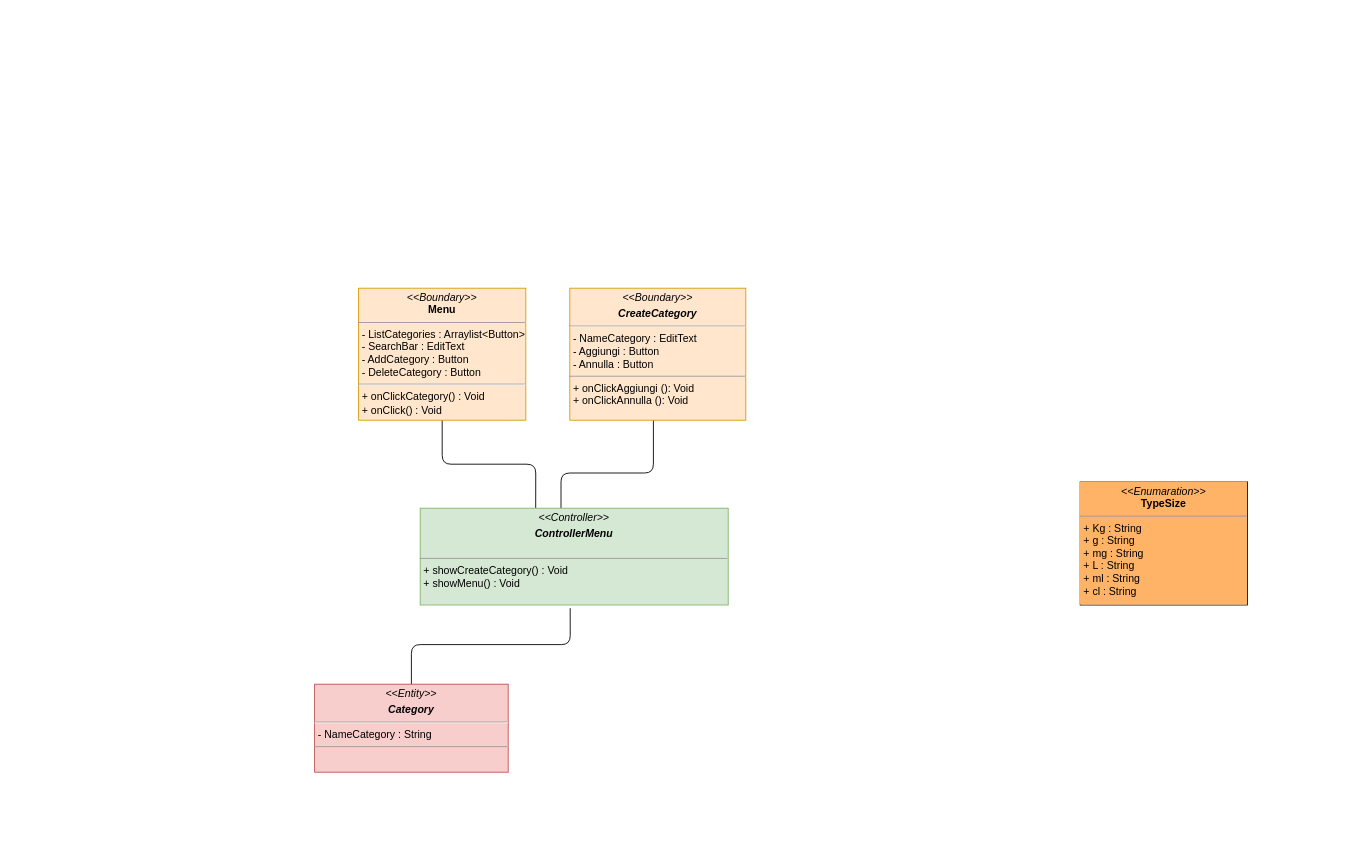
Before: page "GestisciMenu" (6 of 6) of Documentazione/Class Diagram/Class Diagram.drawio in Chriss1618/ProgettoINGSW, a draw.io diagram. Source tidied: cells renumbered, new cells numbered last; positions are measured from the earlier drawing's top-left corner, leaving out a move shared by most shapes. Both pictures are drawn from the tidied source at 88%, with x=0, y=0 at pixel (314, 288).
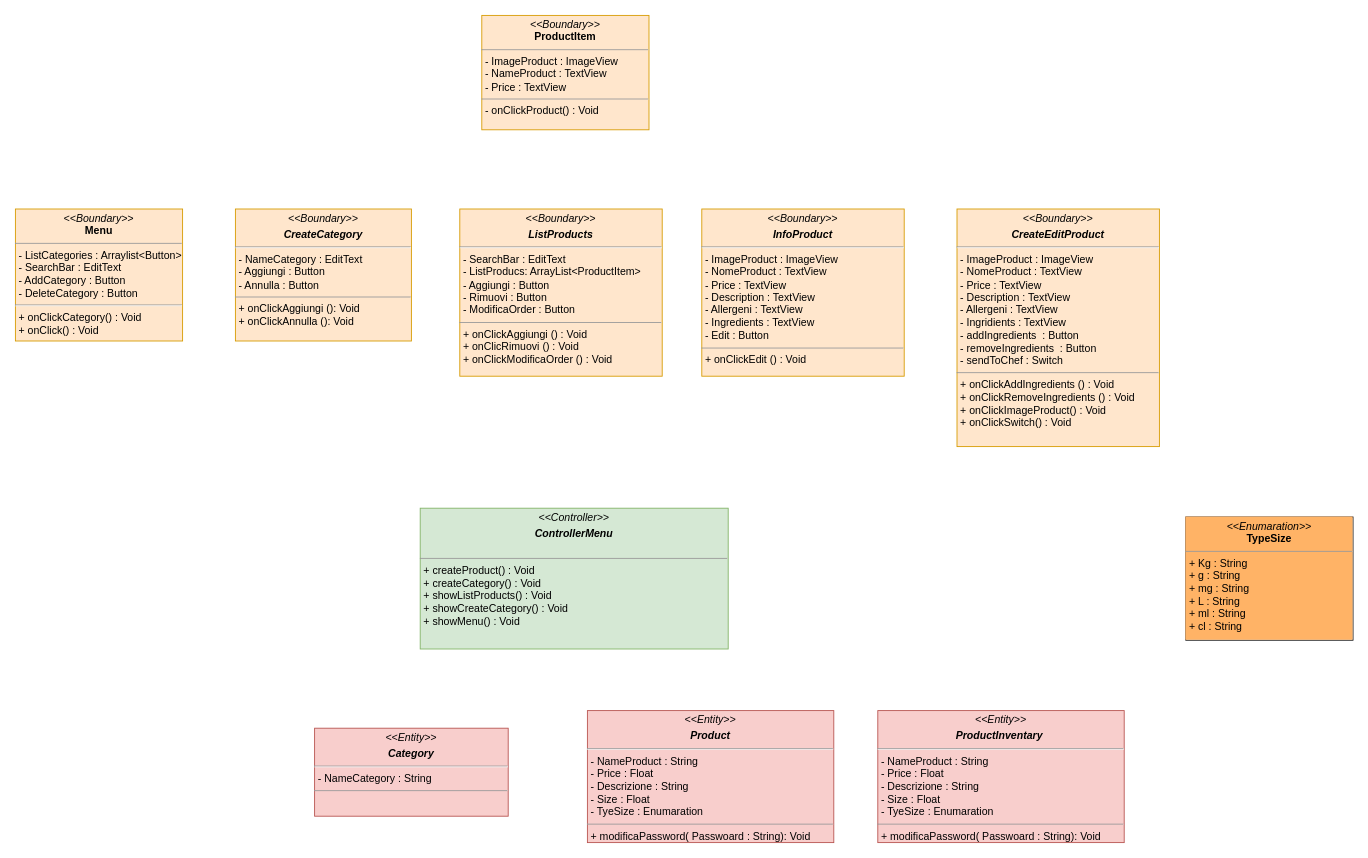
The same diagram, later.

What changed in the source:
```diff
@@
 <mxGraphModel>
   <root>
     <mxCell id="0" />
     <mxCell id="1" parent="0" />
-    <mxCell id="2" style="edgeStyle=orthogonalEdgeStyle;jettySize=auto;html=1;exitX=0.5;exitY=1;exitDx=0;exitDy=0;entryX=0.375;entryY=0;entryDx=0;entryDy=0;entryPerimeter=0;endArrow=none;endFill=0;rounded=1;" parent="1" edge="1" source="3" target="6">
-      <mxGeometry relative="1" as="geometry" />
-    </mxCell>
     <mxCell id="3" value="&lt;p style=&quot;margin:0px;margin-top:4px;text-align:center;&quot;&gt;&lt;i&gt;&amp;lt;&amp;lt;Boundary&amp;gt;&amp;gt;&lt;/i&gt;&lt;br&gt;&lt;b&gt;Menu&lt;/b&gt;&lt;/p&gt;&lt;hr size=&quot;1&quot;&gt;&lt;p style=&quot;margin:0px;margin-left:4px;&quot;&gt;- ListCategories : Arraylist&amp;lt;Button&amp;gt;&lt;br&gt;- SearchBar : EditText&lt;/p&gt;&lt;p style=&quot;margin:0px;margin-left:4px;&quot;&gt;- AddCategory : Button&lt;/p&gt;&lt;p style=&quot;margin:0px;margin-left:4px;&quot;&gt;- DeleteCategory : Button&lt;/p&gt;&lt;hr&gt;&lt;p style=&quot;margin:0px;margin-left:4px;&quot;&gt;&lt;/p&gt;&lt;p style=&quot;margin:0px;margin-left:4px;&quot;&gt;+ onClickCategory() : Void&lt;br&gt;&lt;/p&gt;&lt;p style=&quot;margin:0px;margin-left:4px;&quot;&gt;+ onClick() : Void&lt;/p&gt;" style="verticalAlign=top;align=left;overflow=fill;fontSize=12;fontFamily=Helvetica;html=1;fillColor=#ffe6cc;strokeColor=#d79b00;" parent="1" vertex="1">
-      <mxGeometry x="50" width="190" height="150" as="geometry" />
+      <mxGeometry x="-340" y="-90" width="190" height="150" as="geometry" />
     </mxCell>
-    <mxCell id="4" style="edgeStyle=orthogonalEdgeStyle;jettySize=auto;html=1;strokeColor=default;rounded=1;endArrow=none;endFill=0;" parent="1" edge="1" source="5" target="6">
-      <mxGeometry relative="1" as="geometry">
-        <Array as="points">
-          <mxPoint x="385" y="210" />
-          <mxPoint x="280" y="210" />
-        </Array>
-      </mxGeometry>
-    </mxCell>
     <mxCell id="5" value="&lt;p style=&quot;margin:0px;margin-top:4px;text-align:center;&quot;&gt;&lt;i&gt;&amp;lt;&amp;lt;Boundary&amp;gt;&amp;gt;&lt;/i&gt;&lt;br&gt;&lt;/p&gt;&lt;p style=&quot;margin:0px;margin-top:4px;text-align:center;&quot;&gt;&lt;i&gt;&lt;b&gt;CreateCategory&lt;/b&gt;&lt;/i&gt;&lt;/p&gt;&lt;hr&gt;&lt;p style=&quot;margin:0px;margin-left:4px;&quot;&gt;- NameCategory : EditText&lt;/p&gt;&lt;p style=&quot;margin:0px;margin-left:4px;&quot;&gt;- Aggiungi : Button&lt;/p&gt;&lt;p style=&quot;margin:0px;margin-left:4px;&quot;&gt;- Annulla : Button&lt;br&gt;&lt;/p&gt;&lt;hr size=&quot;1&quot;&gt;&lt;p style=&quot;margin:0px;margin-left:4px;&quot;&gt;+ onClickAggiungi&amp;nbsp;(): Void&lt;br&gt;&lt;/p&gt;&lt;p style=&quot;margin:0px;margin-left:4px;&quot;&gt;+ onClickAnnulla&amp;nbsp;(): Void&lt;/p&gt;" style="verticalAlign=top;align=left;overflow=fill;fontSize=12;fontFamily=Helvetica;html=1;fillColor=#ffe6cc;strokeColor=#d79b00;" parent="1" vertex="1">
-      <mxGeometry x="290" width="200" height="150" as="geometry" />
+      <mxGeometry x="-90" y="-90" width="200" height="150" as="geometry" />
     </mxCell>
-    <mxCell id="6" value="&lt;p style=&quot;margin:0px;margin-top:4px;text-align:center;&quot;&gt;&lt;i&gt;&amp;lt;&amp;lt;Controller&amp;gt;&amp;gt;&lt;/i&gt;&lt;br&gt;&lt;/p&gt;&lt;p style=&quot;margin:0px;margin-top:4px;text-align:center;&quot;&gt;&lt;i&gt;&lt;b&gt;ControllerMenu&lt;/b&gt;&lt;/i&gt;&lt;/p&gt;&lt;br&gt;&lt;hr size=&quot;1&quot;&gt;&lt;p style=&quot;margin:0px;margin-left:4px;&quot;&gt;&lt;span style=&quot;background-color: initial;&quot;&gt;+ showCreateCategory() : Void&lt;/span&gt;&lt;br&gt;&lt;/p&gt;&lt;p style=&quot;margin:0px;margin-left:4px;&quot;&gt;+ showMenu() : Void&lt;/p&gt;" style="verticalAlign=top;align=left;overflow=fill;fontSize=12;fontFamily=Helvetica;html=1;fillColor=#d5e8d4;strokeColor=#82b366;" parent="1" vertex="1">
-      <mxGeometry x="120" y="250" width="350" height="110" as="geometry" />
+    <mxCell id="6" value="&lt;p style=&quot;margin:0px;margin-top:4px;text-align:center;&quot;&gt;&lt;i&gt;&amp;lt;&amp;lt;Controller&amp;gt;&amp;gt;&lt;/i&gt;&lt;br&gt;&lt;/p&gt;&lt;p style=&quot;margin:0px;margin-top:4px;text-align:center;&quot;&gt;&lt;i&gt;&lt;b&gt;ControllerMenu&lt;/b&gt;&lt;/i&gt;&lt;/p&gt;&lt;br&gt;&lt;hr size=&quot;1&quot;&gt;&lt;p style=&quot;margin:0px;margin-left:4px;&quot;&gt;&lt;span style=&quot;background-color: initial;&quot;&gt;+ createProduct() : Void&lt;/span&gt;&lt;/p&gt;&lt;p style=&quot;margin:0px;margin-left:4px;&quot;&gt;&lt;span style=&quot;background-color: initial;&quot;&gt;+ createCategory() : Void&lt;/span&gt;&lt;/p&gt;&lt;p style=&quot;margin:0px;margin-left:4px;&quot;&gt;+ showListProducts() : Void&lt;/p&gt;&lt;p style=&quot;margin:0px;margin-left:4px;&quot;&gt;&lt;span style=&quot;background-color: initial;&quot;&gt;+ showCreateCategory() : Void&lt;/span&gt;&lt;br&gt;&lt;/p&gt;&lt;p style=&quot;margin:0px;margin-left:4px;&quot;&gt;+ showMenu() : Void&lt;/p&gt;" style="verticalAlign=top;align=left;overflow=fill;fontSize=12;fontFamily=Helvetica;html=1;fillColor=#d5e8d4;strokeColor=#82b366;" parent="1" vertex="1">
+      <mxGeometry x="120" y="250" width="350" height="160" as="geometry" />
     </mxCell>
-    <mxCell id="7" style="edgeStyle=orthogonalEdgeStyle;rounded=1;jettySize=auto;html=1;exitX=0.5;exitY=0;exitDx=0;exitDy=0;entryX=0.487;entryY=1.033;entryDx=0;entryDy=0;entryPerimeter=0;endArrow=none;endFill=0;" parent="1" edge="1" source="8" target="6">
-      <mxGeometry relative="1" as="geometry">
-        <Array as="points">
-          <mxPoint x="110" y="405" />
-          <mxPoint x="291" y="405" />
-        </Array>
-      </mxGeometry>
-    </mxCell>
     <mxCell id="8" value="&lt;p style=&quot;margin:0px;margin-top:4px;text-align:center;&quot;&gt;&lt;i&gt;&amp;lt;&amp;lt;Entity&amp;gt;&amp;gt;&lt;/i&gt;&lt;br&gt;&lt;/p&gt;&lt;p style=&quot;margin:0px;margin-top:4px;text-align:center;&quot;&gt;&lt;i&gt;&lt;b&gt;Category&lt;/b&gt;&lt;/i&gt;&lt;/p&gt;&lt;hr&gt;&lt;p style=&quot;margin:0px;margin-left:4px;&quot;&gt;- NameCategory : String&lt;br&gt;&lt;/p&gt;&lt;hr size=&quot;1&quot;&gt;&lt;p style=&quot;margin:0px;margin-left:4px;&quot;&gt;&lt;br&gt;&lt;/p&gt;&lt;p style=&quot;margin:0px;margin-left:4px;&quot;&gt;&lt;br&gt;&lt;/p&gt;" style="verticalAlign=top;align=left;overflow=fill;fontSize=12;fontFamily=Helvetica;html=1;fillColor=#f8cecc;strokeColor=#b85450;" parent="1" vertex="1">
-      <mxGeometry y="450" width="220" height="100" as="geometry" />
+      <mxGeometry y="500" width="220" height="100" as="geometry" />
     </mxCell>
     <mxCell id="9" value="&lt;p style=&quot;margin:0px;margin-top:4px;text-align:center;&quot;&gt;&lt;i&gt;&amp;lt;&amp;lt;Enumaration&amp;gt;&amp;gt;&lt;/i&gt;&lt;br&gt;&lt;b&gt;TypeSize&lt;/b&gt;&lt;/p&gt;&lt;hr size=&quot;1&quot;&gt;&lt;p style=&quot;margin:0px;margin-left:4px;&quot;&gt;+ Kg : String&lt;br&gt;+ g : String&lt;/p&gt;&lt;p style=&quot;margin:0px;margin-left:4px;&quot;&gt;+ mg : String&lt;/p&gt;&lt;p style=&quot;margin:0px;margin-left:4px;&quot;&gt;+ L : String&lt;/p&gt;&lt;p style=&quot;margin:0px;margin-left:4px;&quot;&gt;+ ml : String&lt;/p&gt;&lt;p style=&quot;margin:0px;margin-left:4px;&quot;&gt;+ cl : String&lt;/p&gt;" style="verticalAlign=top;align=left;overflow=fill;fontSize=12;fontFamily=Helvetica;html=1;labelBackgroundColor=#FFB366;" parent="1" vertex="1">
-      <mxGeometry x="870" y="220" width="190" height="140" as="geometry" />
+      <mxGeometry x="990" y="260" width="190" height="140" as="geometry" />
     </mxCell>
+    <mxCell id="10" value="&lt;p style=&quot;margin:0px;margin-top:4px;text-align:center;&quot;&gt;&lt;i&gt;&amp;lt;&amp;lt;Entity&amp;gt;&amp;gt;&lt;/i&gt;&lt;br&gt;&lt;/p&gt;&lt;p style=&quot;margin:0px;margin-top:4px;text-align:center;&quot;&gt;&lt;b&gt;&lt;i&gt;Product&lt;/i&gt;&lt;/b&gt;&lt;/p&gt;&lt;hr&gt;&lt;p style=&quot;margin:0px;margin-left:4px;&quot;&gt;- NameProduct : String&lt;/p&gt;&lt;p style=&quot;margin:0px;margin-left:4px;&quot;&gt;- Price : Float&lt;/p&gt;&lt;p style=&quot;margin:0px;margin-left:4px;&quot;&gt;- Descrizione : String&lt;/p&gt;&lt;p style=&quot;margin:0px;margin-left:4px;&quot;&gt;- Size : Float&lt;/p&gt;&lt;p style=&quot;margin:0px;margin-left:4px;&quot;&gt;- TyeSize : Enumaration&lt;/p&gt;&lt;hr size=&quot;1&quot;&gt;&lt;p style=&quot;margin:0px;margin-left:4px;&quot;&gt;+ modificaPassword( Passwoard : String): Void&lt;br&gt;&lt;/p&gt;" style="verticalAlign=top;align=left;overflow=fill;fontSize=12;fontFamily=Helvetica;html=1;fillColor=#f8cecc;strokeColor=#b85450;" parent="1" vertex="1">
+      <mxGeometry x="310" y="480" width="280" height="150" as="geometry" />
+    </mxCell>
+    <mxCell id="11" value="&lt;p style=&quot;margin:0px;margin-top:4px;text-align:center;&quot;&gt;&lt;i&gt;&amp;lt;&amp;lt;Boundary&amp;gt;&amp;gt;&lt;/i&gt;&lt;br&gt;&lt;/p&gt;&lt;p style=&quot;margin:0px;margin-top:4px;text-align:center;&quot;&gt;&lt;i&gt;&lt;b&gt;ListProducts&lt;/b&gt;&lt;/i&gt;&lt;/p&gt;&lt;hr&gt;&lt;p style=&quot;margin:0px;margin-left:4px;&quot;&gt;- SearchBar : EditText&lt;br&gt;&lt;/p&gt;&lt;p style=&quot;margin:0px;margin-left:4px;&quot;&gt;- ListProducs: ArrayList&amp;lt;ProductItem&amp;gt;&lt;/p&gt;&lt;p style=&quot;margin:0px;margin-left:4px;&quot;&gt;- Aggiungi : Button&lt;/p&gt;&lt;p style=&quot;margin:0px;margin-left:4px;&quot;&gt;- Rimuovi : Button&lt;br&gt;&lt;/p&gt;&lt;p style=&quot;margin:0px;margin-left:4px;&quot;&gt;- ModificaOrder : Button&lt;/p&gt;&lt;hr size=&quot;1&quot;&gt;&lt;p style=&quot;margin:0px;margin-left:4px;&quot;&gt;+ onClickAggiungi&amp;nbsp;() : Void&lt;br&gt;&lt;/p&gt;&lt;p style=&quot;margin:0px;margin-left:4px;&quot;&gt;+ onClicRimuovi () : Void&lt;/p&gt;&lt;p style=&quot;margin:0px;margin-left:4px;&quot;&gt;+ onClickModificaOrder () : Void&lt;br&gt;&lt;/p&gt;" style="verticalAlign=top;align=left;overflow=fill;fontSize=12;fontFamily=Helvetica;html=1;fillColor=#ffe6cc;strokeColor=#d79b00;" parent="1" vertex="1">
+      <mxGeometry x="165" y="-90" width="230" height="190" as="geometry" />
+    </mxCell>
+    <mxCell id="12" value="&lt;p style=&quot;margin:0px;margin-top:4px;text-align:center;&quot;&gt;&lt;i&gt;&amp;lt;&amp;lt;Boundary&amp;gt;&amp;gt;&lt;/i&gt;&lt;br&gt;&lt;b&gt;ProductItem&lt;/b&gt;&lt;/p&gt;&lt;hr size=&quot;1&quot;&gt;&lt;p style=&quot;margin:0px;margin-left:4px;&quot;&gt;- ImageProduct : ImageView&lt;/p&gt;&lt;p style=&quot;margin:0px;margin-left:4px;&quot;&gt;- NameProduct : TextView&lt;br&gt;- Price : TextView&lt;br&gt;&lt;/p&gt;&lt;hr size=&quot;1&quot;&gt;&lt;p style=&quot;margin:0px;margin-left:4px;&quot;&gt;- onClickProduct() : Void&lt;/p&gt;&lt;p style=&quot;margin:0px;margin-left:4px;&quot;&gt;&lt;br&gt;&lt;/p&gt;" style="verticalAlign=top;align=left;overflow=fill;fontSize=12;fontFamily=Helvetica;html=1;fillColor=#ffe6cc;strokeColor=#d79b00;" parent="1" vertex="1">
+      <mxGeometry x="190" y="-310" width="190" height="130" as="geometry" />
+    </mxCell>
+    <mxCell id="13" value="&lt;p style=&quot;margin:0px;margin-top:4px;text-align:center;&quot;&gt;&lt;i&gt;&amp;lt;&amp;lt;Boundary&amp;gt;&amp;gt;&lt;/i&gt;&lt;br&gt;&lt;/p&gt;&lt;p style=&quot;margin:0px;margin-top:4px;text-align:center;&quot;&gt;&lt;i&gt;&lt;b&gt;InfoProduct&lt;/b&gt;&lt;/i&gt;&lt;/p&gt;&lt;hr&gt;&lt;p style=&quot;margin: 0px 0px 0px 4px;&quot;&gt;- ImageProduct : ImageView&lt;/p&gt;&lt;p style=&quot;margin: 0px 0px 0px 4px;&quot;&gt;- NomeProduct : TextView&lt;br&gt;- Price : TextView&lt;/p&gt;&lt;p style=&quot;margin: 0px 0px 0px 4px;&quot;&gt;- Description : TextView&lt;/p&gt;&lt;p style=&quot;margin: 0px 0px 0px 4px;&quot;&gt;- Allergeni : TextView&lt;/p&gt;&lt;p style=&quot;margin: 0px 0px 0px 4px;&quot;&gt;- Ingredients : TextView&lt;/p&gt;&lt;p style=&quot;margin: 0px 0px 0px 4px;&quot;&gt;- Edit : Button&lt;/p&gt;&lt;hr size=&quot;1&quot;&gt;&lt;p style=&quot;margin:0px;margin-left:4px;&quot;&gt;+ onClickEdit () : Void&lt;/p&gt;" style="verticalAlign=top;align=left;overflow=fill;fontSize=12;fontFamily=Helvetica;html=1;fillColor=#ffe6cc;strokeColor=#d79b00;" parent="1" vertex="1">
+      <mxGeometry x="440" y="-90" width="230" height="190" as="geometry" />
+    </mxCell>
+    <mxCell id="14" value="&lt;p style=&quot;margin:0px;margin-top:4px;text-align:center;&quot;&gt;&lt;i&gt;&amp;lt;&amp;lt;Boundary&amp;gt;&amp;gt;&lt;/i&gt;&lt;br&gt;&lt;/p&gt;&lt;p style=&quot;margin:0px;margin-top:4px;text-align:center;&quot;&gt;&lt;i&gt;&lt;b&gt;CreateEditProduct&lt;/b&gt;&lt;/i&gt;&lt;/p&gt;&lt;hr&gt;&lt;p style=&quot;margin: 0px 0px 0px 4px;&quot;&gt;- ImageProduct : ImageView&lt;/p&gt;&lt;p style=&quot;margin: 0px 0px 0px 4px;&quot;&gt;- NomeProduct : TextView&lt;br&gt;- Price : TextView&lt;/p&gt;&lt;p style=&quot;margin: 0px 0px 0px 4px;&quot;&gt;- Description : TextView&lt;/p&gt;&lt;p style=&quot;margin: 0px 0px 0px 4px;&quot;&gt;- Allergeni : TextView&lt;/p&gt;&lt;p style=&quot;margin: 0px 0px 0px 4px;&quot;&gt;- Ingridients : TextView&lt;/p&gt;&lt;p style=&quot;margin: 0px 0px 0px 4px;&quot;&gt;- addIngredients&amp;nbsp;&amp;nbsp;: Button&lt;/p&gt;&lt;p style=&quot;margin: 0px 0px 0px 4px;&quot;&gt;- removeIngredients&amp;nbsp;&amp;nbsp;: Button&lt;br&gt;&lt;/p&gt;&lt;p style=&quot;margin: 0px 0px 0px 4px;&quot;&gt;- sendToChef : Switch&lt;/p&gt;&lt;hr size=&quot;1&quot;&gt;&lt;p style=&quot;margin:0px;margin-left:4px;&quot;&gt;+ onClickAddIngredients&amp;nbsp;() : Void&lt;/p&gt;&lt;p style=&quot;margin:0px;margin-left:4px;&quot;&gt;+ onClickRemoveIngredients&amp;nbsp;() : Void&lt;br&gt;&lt;/p&gt;&lt;p style=&quot;margin:0px;margin-left:4px;&quot;&gt;+ onClickImageProduct() : Void&lt;/p&gt;&lt;p style=&quot;margin:0px;margin-left:4px;&quot;&gt;+ onClickSwitch() : Void&lt;br&gt;&lt;/p&gt;" style="verticalAlign=top;align=left;overflow=fill;fontSize=12;fontFamily=Helvetica;html=1;fillColor=#ffe6cc;strokeColor=#d79b00;" parent="1" vertex="1">
+      <mxGeometry x="730" y="-90" width="230" height="270" as="geometry" />
+    </mxCell>
+    <mxCell id="15" value="&lt;p style=&quot;margin:0px;margin-top:4px;text-align:center;&quot;&gt;&lt;i&gt;&amp;lt;&amp;lt;Entity&amp;gt;&amp;gt;&lt;/i&gt;&lt;br&gt;&lt;/p&gt;&lt;p style=&quot;margin:0px;margin-top:4px;text-align:center;&quot;&gt;&lt;b&gt;&lt;i&gt;ProductInventary&amp;nbsp;&lt;/i&gt;&lt;/b&gt;&lt;/p&gt;&lt;hr&gt;&lt;p style=&quot;margin:0px;margin-left:4px;&quot;&gt;- NameProduct : String&lt;/p&gt;&lt;p style=&quot;margin:0px;margin-left:4px;&quot;&gt;- Price : Float&lt;/p&gt;&lt;p style=&quot;margin:0px;margin-left:4px;&quot;&gt;- Descrizione : String&lt;/p&gt;&lt;p style=&quot;margin:0px;margin-left:4px;&quot;&gt;- Size : Float&lt;/p&gt;&lt;p style=&quot;margin:0px;margin-left:4px;&quot;&gt;- TyeSize : Enumaration&lt;/p&gt;&lt;hr size=&quot;1&quot;&gt;&lt;p style=&quot;margin:0px;margin-left:4px;&quot;&gt;+ modificaPassword( Passwoard : String): Void&lt;br&gt;&lt;/p&gt;" style="verticalAlign=top;align=left;overflow=fill;fontSize=12;fontFamily=Helvetica;html=1;fillColor=#f8cecc;strokeColor=#b85450;" parent="1" vertex="1">
+      <mxGeometry x="640" y="480" width="280" height="150" as="geometry" />
+    </mxCell>
   </root>
 </mxGraphModel>
```
